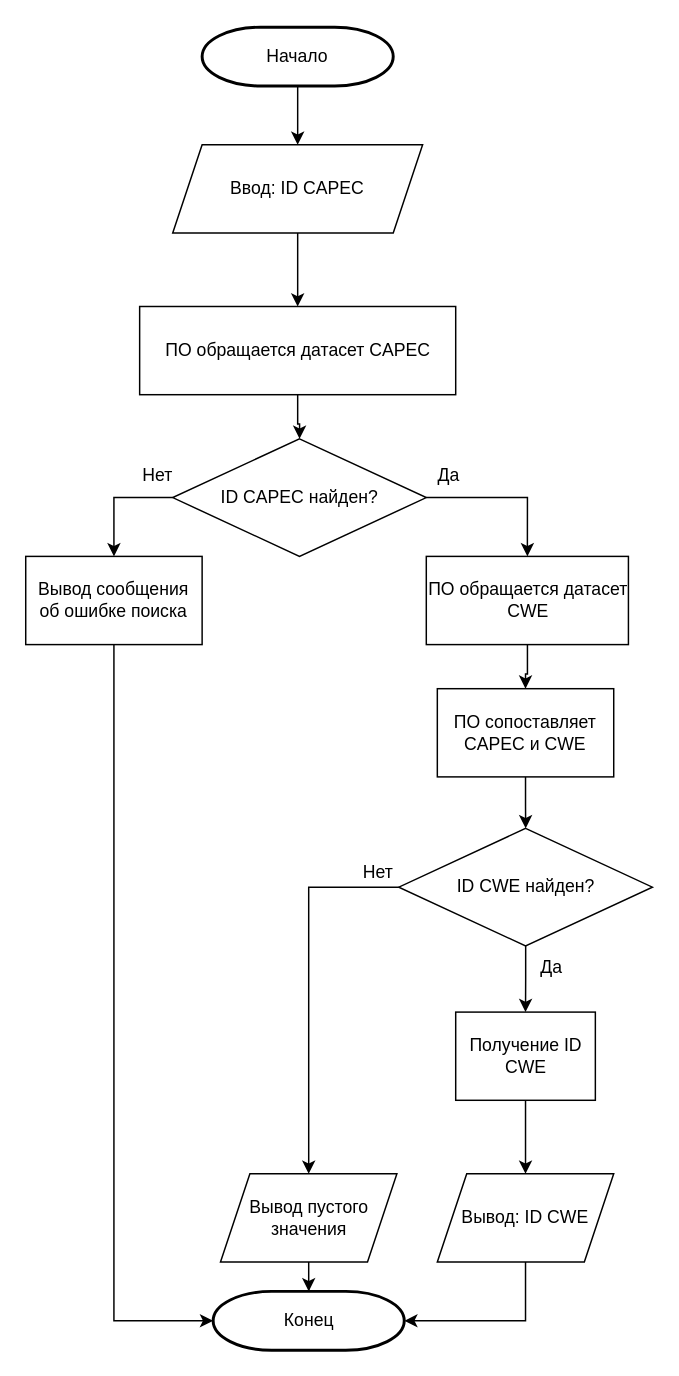
Before: Algorithm_OPZ/(1. ВД) Алгоритм Генерация CWE.drawio in SmirnovBogdan8/Diplom, a draw.io diagram. Source tidied: cells renumbered, new cells numbered last; positions are measured from the earlier drawing's top-left corner, leaving out a move shared by most shapes. Both pictures are drawn from the tidied source at 147%, with x=0, y=0 at pixel (25, 26).
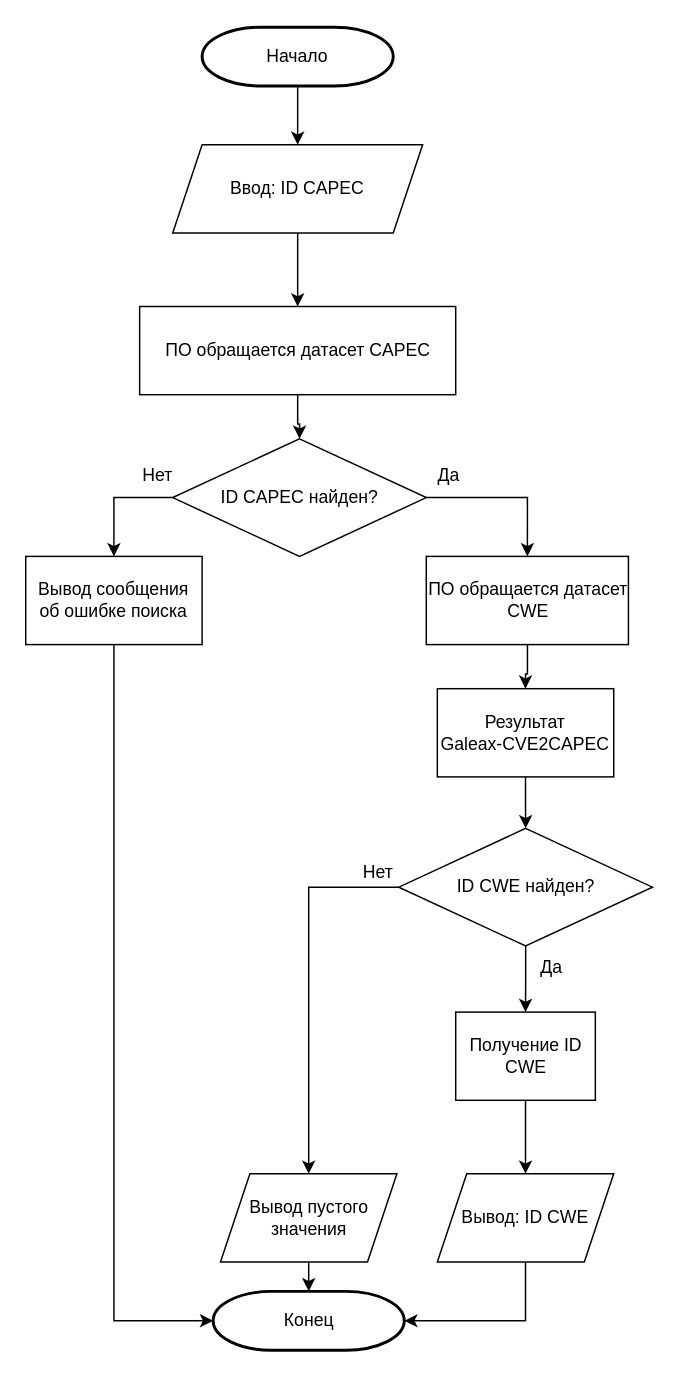
The same diagram, later.

Commit message (it also covers changes not shown here):
Внесение программ Galeax-CVE2CAPEC и SSVC Calculator

Diff of the diagram source:
```diff
@@
-    <mxCell id="15" value="ПО сопоставляет CAPEC и CWE" style="rounded=0;whiteSpace=wrap;html=1;" parent="1" vertex="1">
+    <mxCell id="15" value="&lt;div&gt;Результат&lt;/div&gt;Galeax-CVE2CAPEC" style="rounded=0;whiteSpace=wrap;html=1;" parent="1" vertex="1">
       <mxGeometry x="280" y="450" width="120" height="60" as="geometry" />
     </mxCell>
```
